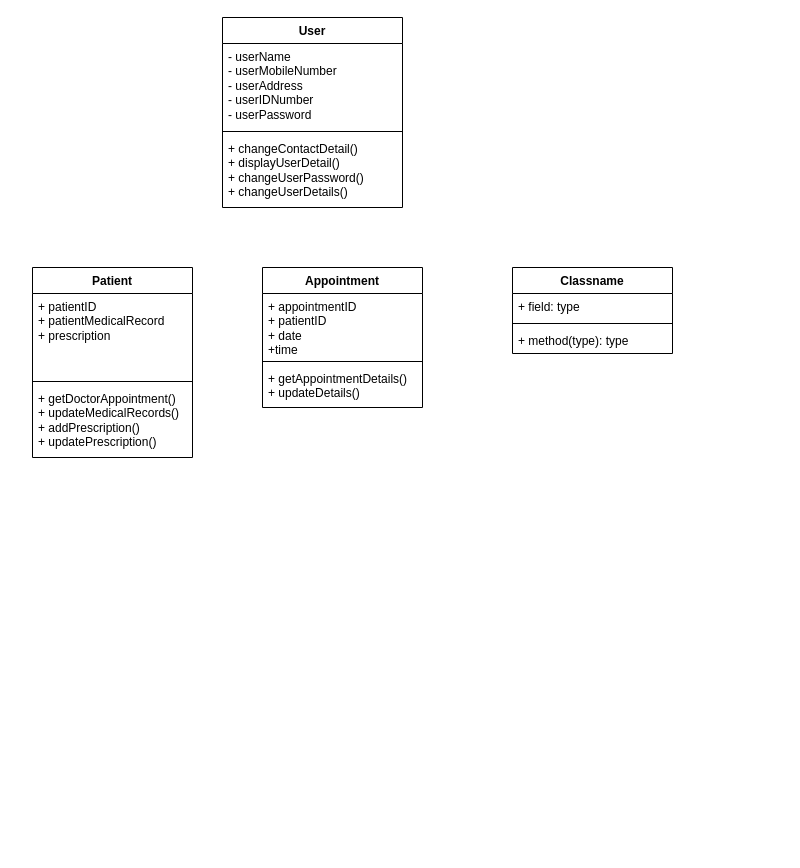
Earlier version of the draw.io diagram User class.drawio (Xhrimp/react-projects). Source tidied: cells renumbered, new cells numbered last; positions are measured from the earlier drawing's top-left corner, leaving out a move shared by most shapes. Both pictures are drawn from the tidied source at 100%, with x=0, y=0 at pixel (32, 17).
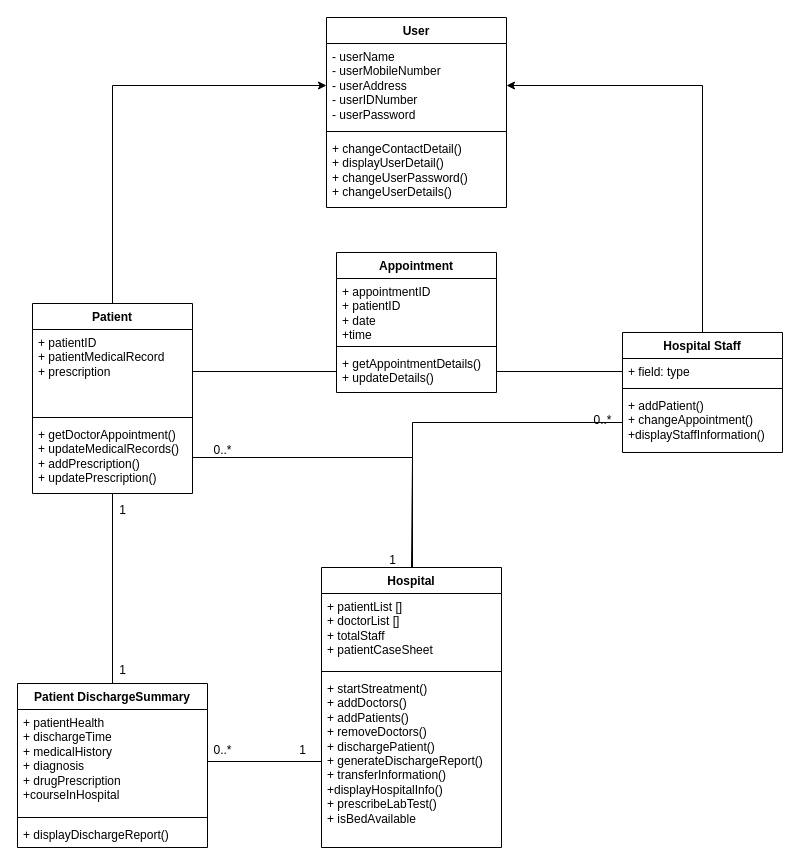
The same diagram, later.

Commit message:
Cập nhật User class.drawio

The change refers to these unchanged cells:
```xml
<mxCell id="3" value="- userName&lt;br&gt;- userMobileNumber&lt;br&gt;- userAddress&lt;br&gt;- userIDNumber&lt;br&gt;- userPassword" style="text;strokeColor=none;fillColor=none;align=left;verticalAlign=top;spacingLeft=4;spacingRight=4;overflow=hidden;points=[[0,0.5],[1,0.5]];portConstraint=eastwest;whiteSpace=wrap;html=1;" parent="2" vertex="1">
  <mxGeometry y="26" width="180" height="84" as="geometry" />
</mxCell>
<mxCell id="7" value="+ patientID&lt;br&gt;+ patientMedicalRecord&lt;br&gt;+ prescription" style="text;strokeColor=none;fillColor=none;align=left;verticalAlign=top;spacingLeft=4;spacingRight=4;overflow=hidden;points=[[0,0.5],[1,0.5]];portConstraint=eastwest;whiteSpace=wrap;html=1;" parent="6" vertex="1">
  <mxGeometry y="26" width="160" height="84" as="geometry" />
</mxCell>
<mxCell id="9" value="+ getDoctorAppointment()&lt;br&gt;+ updateMedicalRecords()&lt;br&gt;+ addPrescription()&lt;br&gt;+ updatePrescription()" style="text;strokeColor=none;fillColor=none;align=left;verticalAlign=top;spacingLeft=4;spacingRight=4;overflow=hidden;points=[[0,0.5],[1,0.5]];portConstraint=eastwest;whiteSpace=wrap;html=1;" parent="6" vertex="1">
  <mxGeometry y="118" width="160" height="72" as="geometry" />
</mxCell>
<mxCell id="13" value="+ getAppointmentDetails()&lt;br&gt;+ updateDetails()" style="text;strokeColor=none;fillColor=none;align=left;verticalAlign=top;spacingLeft=4;spacingRight=4;overflow=hidden;points=[[0,0.5],[1,0.5]];portConstraint=eastwest;whiteSpace=wrap;html=1;" parent="10" vertex="1">
  <mxGeometry y="98" width="160" height="42" as="geometry" />
</mxCell>
<mxCell id="15" value="+ field: type" style="text;strokeColor=none;fillColor=none;align=left;verticalAlign=top;spacingLeft=4;spacingRight=4;overflow=hidden;points=[[0,0.5],[1,0.5]];portConstraint=eastwest;whiteSpace=wrap;html=1;" parent="14" vertex="1">
  <mxGeometry y="26" width="160" height="26" as="geometry" />
</mxCell>
```

Diff of the diagram source:
```diff
@@
     <mxCell id="2" value="User" style="swimlane;fontStyle=1;align=center;verticalAlign=top;horizontal=1;startSize=26;whiteSpace=wrap;html=1;" parent="1" vertex="1">
-      <mxGeometry x="190" width="180" height="190" as="geometry" />
+      <mxGeometry x="294" width="180" height="190" as="geometry" />
     </mxCell>
@@
+    <mxCell id="18" style="edgeStyle=orthogonalEdgeStyle;rounded=0;jettySize=auto;html=1;exitX=0.5;exitY=0;exitDx=0;exitDy=0;entryX=0;entryY=0.5;entryDx=0;entryDy=0;" parent="1" edge="1" source="6" target="3">
+      <mxGeometry relative="1" as="geometry" />
+    </mxCell>
     <mxCell id="6" value="Patient" style="swimlane;fontStyle=1;align=center;verticalAlign=top;horizontal=1;startSize=26;whiteSpace=wrap;html=1;" parent="1" vertex="1">
-      <mxGeometry y="250" width="160" height="190" as="geometry" />
+      <mxGeometry y="286" width="160" height="190" as="geometry" />
     </mxCell>
@@
     <mxCell id="10" value="Appointment" style="swimlane;fontStyle=1;align=center;verticalAlign=top;horizontal=1;startSize=26;whiteSpace=wrap;html=1;" parent="1" vertex="1">
-      <mxGeometry x="230" y="250" width="160" height="140" as="geometry" />
+      <mxGeometry x="304" y="235" width="160" height="140" as="geometry" />
     </mxCell>
@@
+    <mxCell id="19" style="edgeStyle=orthogonalEdgeStyle;rounded=0;jettySize=auto;html=1;exitX=0.5;exitY=0;exitDx=0;exitDy=0;entryX=1;entryY=0.5;entryDx=0;entryDy=0;" parent="1" edge="1" source="14" target="3">
+      <mxGeometry relative="1" as="geometry" />
+    </mxCell>
-    <mxCell id="14" value="Classname" style="swimlane;fontStyle=1;align=center;verticalAlign=top;horizontal=1;startSize=26;whiteSpace=wrap;html=1;" parent="1" vertex="1">
-      <mxGeometry x="480" y="250" width="160" height="86" as="geometry" />
+    <mxCell id="14" value="Hospital Staff" style="swimlane;fontStyle=1;align=center;verticalAlign=top;horizontal=1;startSize=26;whiteSpace=wrap;html=1;" parent="1" vertex="1">
+      <mxGeometry x="590" y="315" width="160" height="120" as="geometry" />
     </mxCell>
@@
-    <mxCell id="17" value="+ method(type): type" style="text;strokeColor=none;fillColor=none;align=left;verticalAlign=top;spacingLeft=4;spacingRight=4;overflow=hidden;points=[[0,0.5],[1,0.5]];portConstraint=eastwest;whiteSpace=wrap;html=1;" parent="14" vertex="1">
-      <mxGeometry y="60" width="160" height="26" as="geometry" />
+    <mxCell id="17" value="+ addPatient()&lt;br&gt;+ changeAppointment()&lt;br&gt;+displayStaffInformation()" style="text;strokeColor=none;fillColor=none;align=left;verticalAlign=top;spacingLeft=4;spacingRight=4;overflow=hidden;points=[[0,0.5],[1,0.5]];portConstraint=eastwest;whiteSpace=wrap;html=1;" parent="14" vertex="1">
+      <mxGeometry y="60" width="160" height="60" as="geometry" />
     </mxCell>
+    <mxCell id="20" value="Hospital" style="swimlane;fontStyle=1;align=center;verticalAlign=top;horizontal=1;startSize=26;whiteSpace=wrap;html=1;" parent="1" vertex="1">
+      <mxGeometry x="289" y="550" width="180" height="280" as="geometry" />
+    </mxCell>
+    <mxCell id="21" value="+ patientList []&lt;br&gt;+ doctorList []&lt;br&gt;+ totalStaff&lt;br&gt;+ patientCaseSheet&amp;nbsp;" style="text;strokeColor=none;fillColor=none;align=left;verticalAlign=top;spacingLeft=4;spacingRight=4;overflow=hidden;whiteSpace=wrap;html=1;" parent="20" vertex="1">
+      <mxGeometry y="26" width="180" height="74" as="geometry" />
+    </mxCell>
+    <mxCell id="22" style="line;strokeWidth=1;fillColor=none;align=left;verticalAlign=middle;spacingTop=-1;spacingLeft=3;spacingRight=3;labelPosition=right;strokeColor=inherit;" parent="20" vertex="1">
+      <mxGeometry y="100" width="180" height="8" as="geometry" />
+    </mxCell>
+    <mxCell id="23" value="+ startStreatment()&lt;br&gt;+ addDoctors()&lt;br&gt;+ addPatients()&lt;br&gt;+ removeDoctors()&lt;br&gt;+ dischargePatient()&lt;br&gt;+ generateDischargeReport()&lt;br&gt;+ transferInformation()&lt;br&gt;+displayHospitalInfo()&lt;br&gt;+ prescribeLabTest()&lt;br&gt;+ isBedAvailable" style="text;strokeColor=none;fillColor=none;align=left;verticalAlign=top;spacingLeft=4;spacingRight=4;overflow=hidden;points=[[0,0.5],[1,0.5]];portConstraint=eastwest;whiteSpace=wrap;html=1;" parent="20" vertex="1">
+      <mxGeometry y="108" width="180" height="172" as="geometry" />
+    </mxCell>
+    <mxCell id="24" value="Patient DischargeSummary" style="swimlane;fontStyle=1;align=center;verticalAlign=top;horizontal=1;startSize=26;whiteSpace=wrap;html=1;" parent="1" vertex="1">
+      <mxGeometry x="-15" y="666" width="190" height="164" as="geometry" />
+    </mxCell>
+    <mxCell id="25" value="+ patientHealth&lt;br&gt;+ dischargeTime&lt;br&gt;+ medicalHistory&lt;br&gt;+ diagnosis&lt;br&gt;+ drugPrescription&lt;br&gt;+courseInHospital" style="text;strokeColor=none;fillColor=none;align=left;verticalAlign=top;spacingLeft=4;spacingRight=4;overflow=hidden;points=[[0,0.5],[1,0.5]];portConstraint=eastwest;whiteSpace=wrap;html=1;" parent="24" vertex="1">
+      <mxGeometry y="26" width="190" height="104" as="geometry" />
+    </mxCell>
+    <mxCell id="26" style="line;strokeWidth=1;fillColor=none;align=left;verticalAlign=middle;spacingTop=-1;spacingLeft=3;spacingRight=3;labelPosition=right;strokeColor=inherit;" parent="24" vertex="1">
+      <mxGeometry y="130" width="190" height="8" as="geometry" />
+    </mxCell>
+    <mxCell id="27" value="+ displayDischargeReport()" style="text;strokeColor=none;fillColor=none;align=left;verticalAlign=top;spacingLeft=4;spacingRight=4;overflow=hidden;whiteSpace=wrap;html=1;" parent="24" vertex="1">
+      <mxGeometry y="138" width="190" height="26" as="geometry" />
+    </mxCell>
+    <mxCell id="28" style="endArrow=none;html=1;rounded=0;exitX=1;exitY=0.5;exitDx=0;exitDy=0;entryX=0;entryY=0.5;entryDx=0;entryDy=0;" parent="1" edge="1" source="7" target="13">
+      <mxGeometry relative="1" as="geometry" />
+    </mxCell>
+    <mxCell id="29" style="endArrow=none;html=1;rounded=0;exitX=1;exitY=0.5;exitDx=0;exitDy=0;entryX=0;entryY=0.5;entryDx=0;entryDy=0;" parent="1" edge="1" source="13" target="15">
+      <mxGeometry relative="1" as="geometry" />
+    </mxCell>
+    <mxCell id="30" style="endArrow=none;html=1;rounded=0;exitX=0.5;exitY=0;exitDx=0;exitDy=0;entryX=1;entryY=0.5;entryDx=0;entryDy=0;" parent="1" edge="1" source="20" target="9">
+      <mxGeometry relative="1" as="geometry">
+        <Array as="points">
+          <mxPoint x="380" y="440" />
+        </Array>
+      </mxGeometry>
+    </mxCell>
+    <mxCell id="31" style="endArrow=none;html=1;rounded=0;entryX=0;entryY=0.5;entryDx=0;entryDy=0;" parent="1" edge="1" target="17">
+      <mxGeometry relative="1" as="geometry">
+        <mxPoint x="380" y="550" as="sourcePoint" />
+        <Array as="points">
+          <mxPoint x="380" y="405" />
+        </Array>
+      </mxGeometry>
+    </mxCell>
+    <mxCell id="32" style="endArrow=none;html=1;rounded=0;exitX=1;exitY=0.5;exitDx=0;exitDy=0;entryX=0;entryY=0.5;entryDx=0;entryDy=0;" parent="1" edge="1" source="25" target="23">
+      <mxGeometry relative="1" as="geometry" />
+    </mxCell>
+    <mxCell id="33" style="endArrow=none;html=1;rounded=0;exitX=0.5;exitY=0;exitDx=0;exitDy=0;" parent="1" edge="1" source="24" target="9">
+      <mxGeometry relative="1" as="geometry" />
+    </mxCell>
+    <mxCell id="34" value="1" style="text;html=1;align=center;verticalAlign=middle;strokeColor=none;fillColor=none;" parent="1" vertex="1">
+      <mxGeometry x="255" y="718" width="30" height="30" as="geometry" />
+    </mxCell>
+    <mxCell id="35" value="0..*" style="text;html=1;align=center;verticalAlign=middle;strokeColor=none;fillColor=none;" parent="1" vertex="1">
+      <mxGeometry x="170" y="718" width="40" height="30" as="geometry" />
+    </mxCell>
+    <mxCell id="36" value="1" style="text;html=1;align=center;verticalAlign=middle;strokeColor=none;fillColor=none;" parent="1" vertex="1">
+      <mxGeometry x="75" y="638" width="30" height="30" as="geometry" />
+    </mxCell>
+    <mxCell id="37" value="1" style="text;html=1;align=center;verticalAlign=middle;strokeColor=none;fillColor=none;" parent="1" vertex="1">
+      <mxGeometry x="75" y="478" width="30" height="30" as="geometry" />
+    </mxCell>
+    <mxCell id="38" value="1" style="text;html=1;align=center;verticalAlign=middle;strokeColor=none;fillColor=none;" parent="1" vertex="1">
+      <mxGeometry x="345" y="528" width="30" height="30" as="geometry" />
+    </mxCell>
+    <mxCell id="39" value="0..*" style="text;html=1;align=center;verticalAlign=middle;strokeColor=none;fillColor=none;" parent="1" vertex="1">
+      <mxGeometry x="170" y="418" width="40" height="30" as="geometry" />
+    </mxCell>
+    <mxCell id="40" value="0..*" style="text;html=1;align=center;verticalAlign=middle;strokeColor=none;fillColor=none;" parent="1" vertex="1">
+      <mxGeometry x="550" y="388" width="40" height="30" as="geometry" />
+    </mxCell>
```
